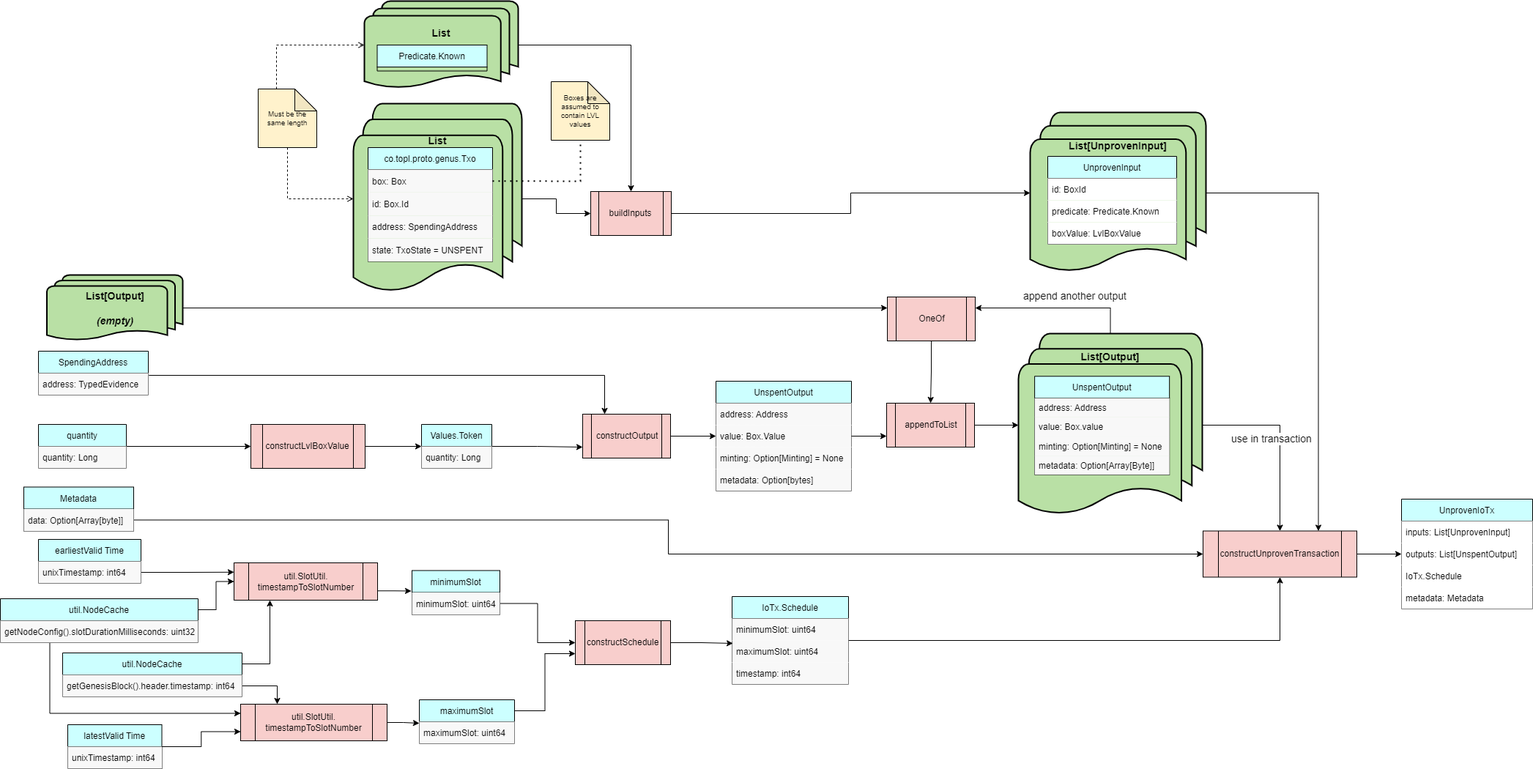
Topl/BramblSc-docs keeps this draw.io diagram as docs/Modules/NativeTransactor/transaction_builder.drawio.png. Above is the earlier version. Source tidied: cells renumbered, new cells last; positions are measured from the earlier drawing's top-left corner, leaving out a move shared by most shapes.
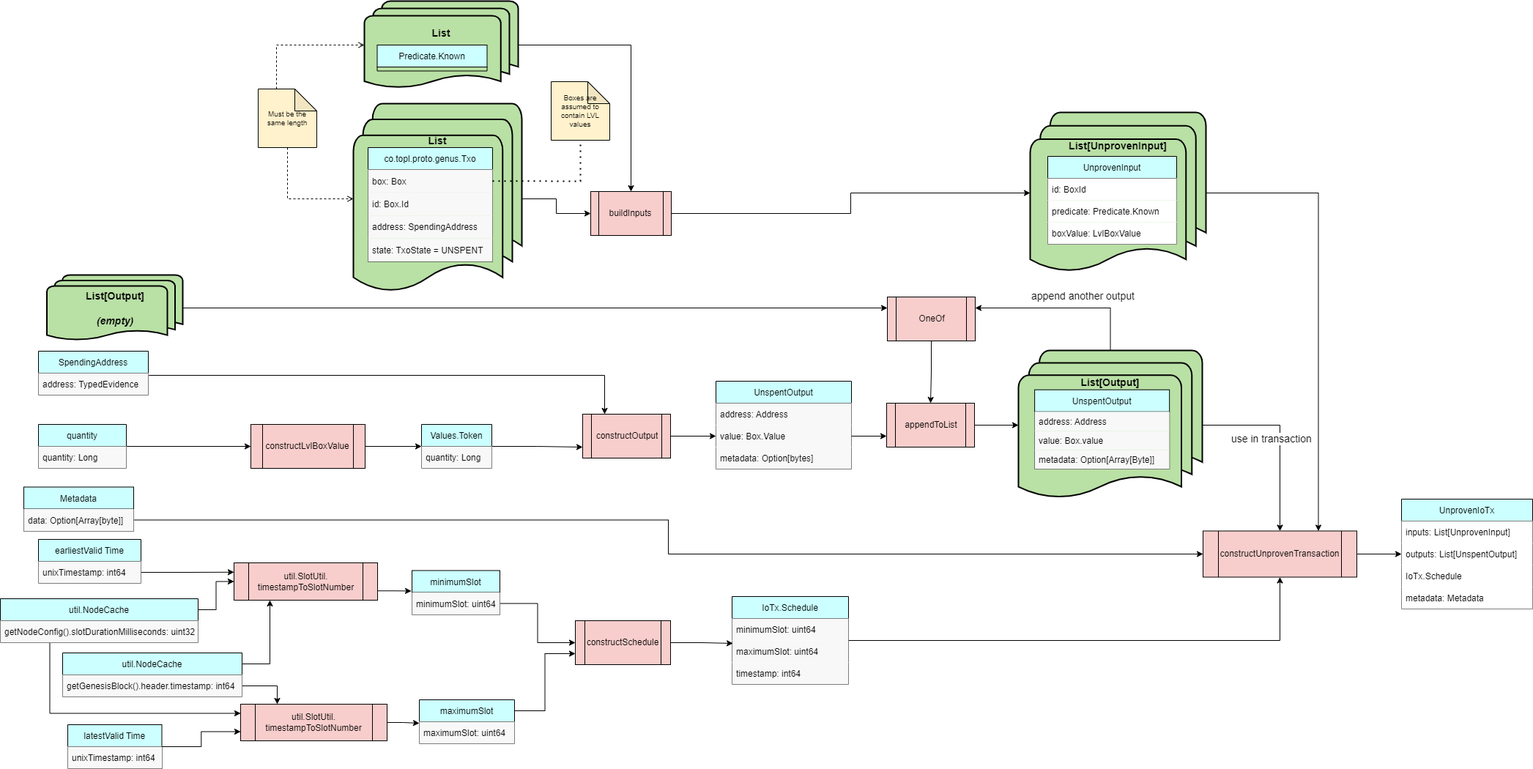
After the change.

The edit, as a diff of the source:
```diff
@@ -104,7 +104,7 @@
       <mxGeometry relative="1" as="geometry" />
     </mxCell>
     <mxCell id="35" value="UnspentOutput" style="swimlane;fontStyle=0;horizontal=1;startSize=30;fillColor=#CCFFFF;" parent="1" vertex="1">
-      <mxGeometry x="977" y="519" width="185" height="150" as="geometry" />
+      <mxGeometry x="977" y="519" width="185" height="120" as="geometry" />
     </mxCell>
     <mxCell id="36" value="address: Address" style="text;strokeColor=none;fillColor=#F8F8F8;align=left;verticalAlign=middle;spacingLeft=4;spacingRight=4;overflow=hidden;" parent="35" vertex="1">
       <mxGeometry y="30" width="185" height="30" as="geometry" />
@@ -112,11 +112,8 @@
     <mxCell id="37" value="value: Box.Value" style="text;strokeColor=none;fillColor=#F8F8F8;align=left;verticalAlign=middle;spacingLeft=4;spacingRight=4;overflow=hidden;points=[[0,0.5],[1,0.5]];portConstraint=eastwest;" parent="35" vertex="1">
       <mxGeometry y="60" width="185" height="30" as="geometry" />
     </mxCell>
-    <mxCell id="38" value="minting: Option[Minting] = None" style="text;strokeColor=none;fillColor=#F8F8F8;align=left;verticalAlign=middle;spacingLeft=4;spacingRight=4;overflow=hidden;" parent="35" vertex="1">
-      <mxGeometry y="90" width="185" height="30" as="geometry" />
-    </mxCell>
     <mxCell id="39" value="metadata: Option[bytes]" style="text;strokeColor=none;fillColor=#F8F8F8;align=left;verticalAlign=middle;spacingLeft=4;spacingRight=4;overflow=hidden;" parent="35" vertex="1">
-      <mxGeometry y="120" width="185" height="30" as="geometry" />
+      <mxGeometry y="90" width="185" height="30" as="geometry" />
     </mxCell>
     <mxCell id="40" style="edgeStyle=orthogonalEdgeStyle;rounded=0;jettySize=auto;html=1;entryX=0.5;entryY=0;entryDx=0;entryDy=0;fontSize=10;endArrow=classic;endFill=1;" parent="1" edge="1" source="80" target="45">
       <mxGeometry relative="1" as="geometry" />
@@ -292,14 +289,14 @@
     <mxCell id="95" value="address: TypedEvidence" style="text;strokeColor=none;fillColor=#F8F8F8;align=left;verticalAlign=middle;spacingLeft=4;spacingRight=4;overflow=hidden;points=[[0,0.5],[1,0.5]];portConstraint=eastwest;" parent="94" vertex="1">
       <mxGeometry y="30" width="150" height="30" as="geometry" />
     </mxCell>
-    <mxCell id="96" style="group;" parent="1" vertex="1">
-      <mxGeometry x="1390" y="454" width="251" height="261" as="geometry" />
-    </mxCell>
+    <mxCell id="103" style="group;" parent="1" vertex="1">
+      <mxGeometry x="1390" y="477" width="251" height="204" as="geometry" />
+    </mxCell>
-    <mxCell id="97" value="&lt;font style=&quot;font-size: 14px;&quot;&gt;&lt;br&gt;&lt;/font&gt;&lt;font style=&quot;font-size: 14px;&quot;&gt;&lt;b&gt;List[Output]&lt;/b&gt;&lt;/font&gt;" style="strokeWidth=2;html=1;shape=mxgraph.flowchart.multi-document;whiteSpace=wrap;fillColor=#B9E0A5;verticalAlign=top;" parent="96" vertex="1">
-      <mxGeometry width="251" height="250" as="geometry" />
+    <mxCell id="97" value="&lt;font style=&quot;font-size: 24px;&quot;&gt;&lt;br&gt;&lt;/font&gt;&lt;font style=&quot;font-size: 14px;&quot;&gt;&lt;b&gt;List[Output]&lt;/b&gt;&lt;/font&gt;" style="strokeWidth=2;html=1;shape=mxgraph.flowchart.multi-document;whiteSpace=wrap;fillColor=#B9E0A5;verticalAlign=top;" parent="103" vertex="1">
+      <mxGeometry width="251" height="204" as="geometry" />
     </mxCell>
-    <mxCell id="98" value="UnspentOutput" style="swimlane;fontStyle=0;horizontal=1;startSize=30;fillColor=#CCFFFF;" parent="96" vertex="1">
-      <mxGeometry x="22.1" y="58.3" width="184.1" height="134.4" as="geometry" />
+    <mxCell id="98" value="UnspentOutput" style="swimlane;fontStyle=0;horizontal=1;startSize=30;fillColor=#CCFFFF;" parent="103" vertex="1">
+      <mxGeometry x="22.1" y="53.7" width="184.1" height="108.3" as="geometry" />
     </mxCell>
     <mxCell id="99" value="address: Address" style="text;strokeColor=none;fillColor=#F8F8F8;align=left;verticalAlign=middle;spacingLeft=4;spacingRight=4;overflow=hidden;" parent="98" vertex="1">
       <mxGeometry y="30" width="184.1" height="26.1" as="geometry" />
@@ -307,11 +304,8 @@
     <mxCell id="100" value="value: Box.value" style="text;strokeColor=none;fillColor=#F8F8F8;align=left;verticalAlign=middle;spacingLeft=4;spacingRight=4;overflow=hidden;" parent="98" vertex="1">
       <mxGeometry y="56.1" width="184.1" height="26.1" as="geometry" />
     </mxCell>
-    <mxCell id="101" value="minting: Option[Minting] = None" style="text;strokeColor=none;fillColor=#F8F8F8;align=left;verticalAlign=middle;spacingLeft=4;spacingRight=4;overflow=hidden;" parent="98" vertex="1">
-      <mxGeometry y="82.2" width="184.1" height="26.1" as="geometry" />
-    </mxCell>
     <mxCell id="102" value="metadata: Option[Array[Byte]]" style="text;strokeColor=none;fillColor=#F8F8F8;align=left;verticalAlign=middle;spacingLeft=4;spacingRight=4;overflow=hidden;" parent="98" vertex="1">
-      <mxGeometry y="108.3" width="184.1" height="26.1" as="geometry" />
+      <mxGeometry y="82.2" width="184.1" height="26.1" as="geometry" />
     </mxCell>
   </root>
 </mxGraphModel>
```
